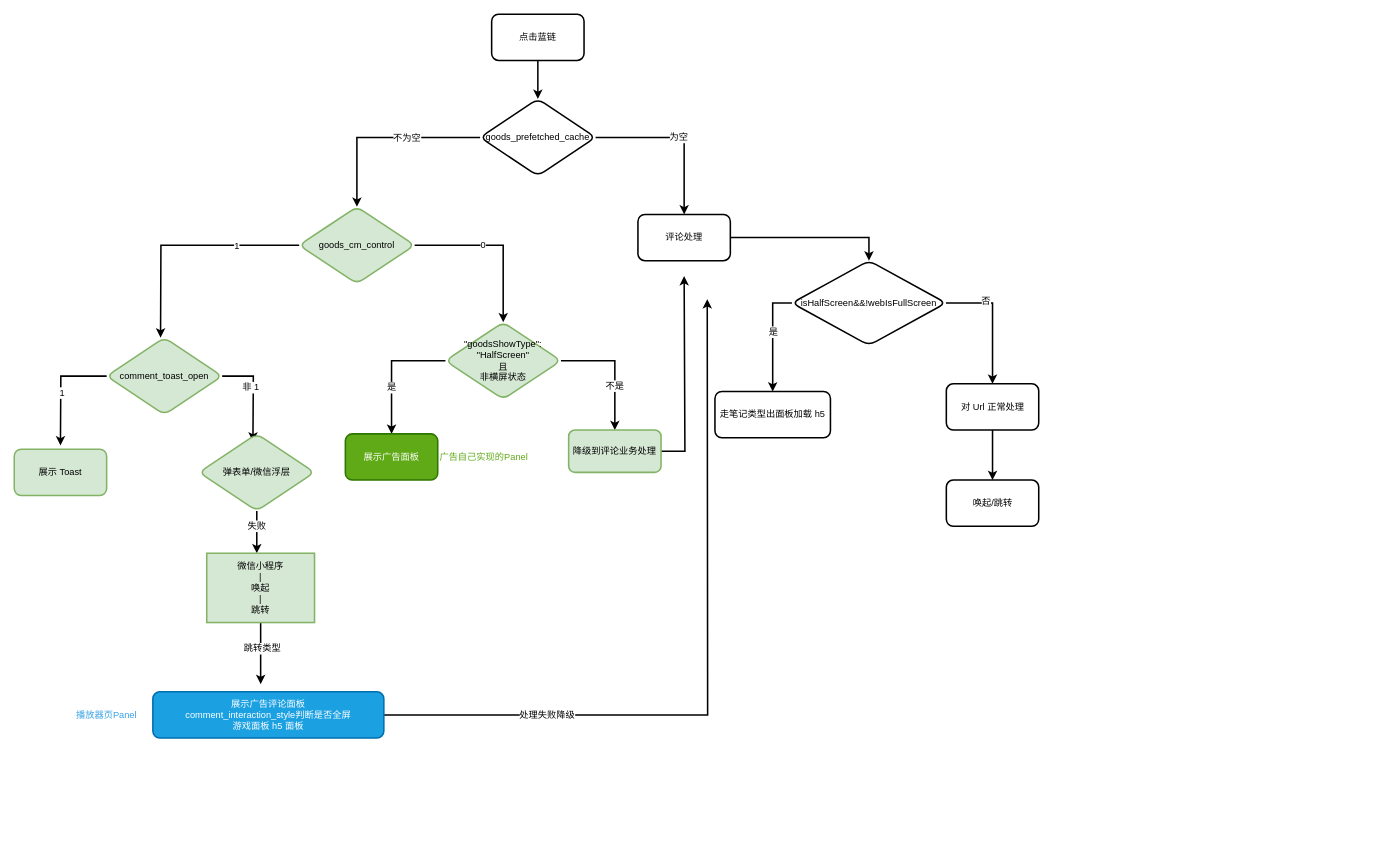
The draw.io diagram 未命名绘图.drawio in windherd/draw.io, before the edit. Source tidied: cells renumbered, new cells numbered last; positions are measured from the earlier drawing's top-left corner, leaving out a move shared by most shapes. Both pictures are drawn from the tidied source at 77%, with x=0, y=0 at pixel (14, 14).
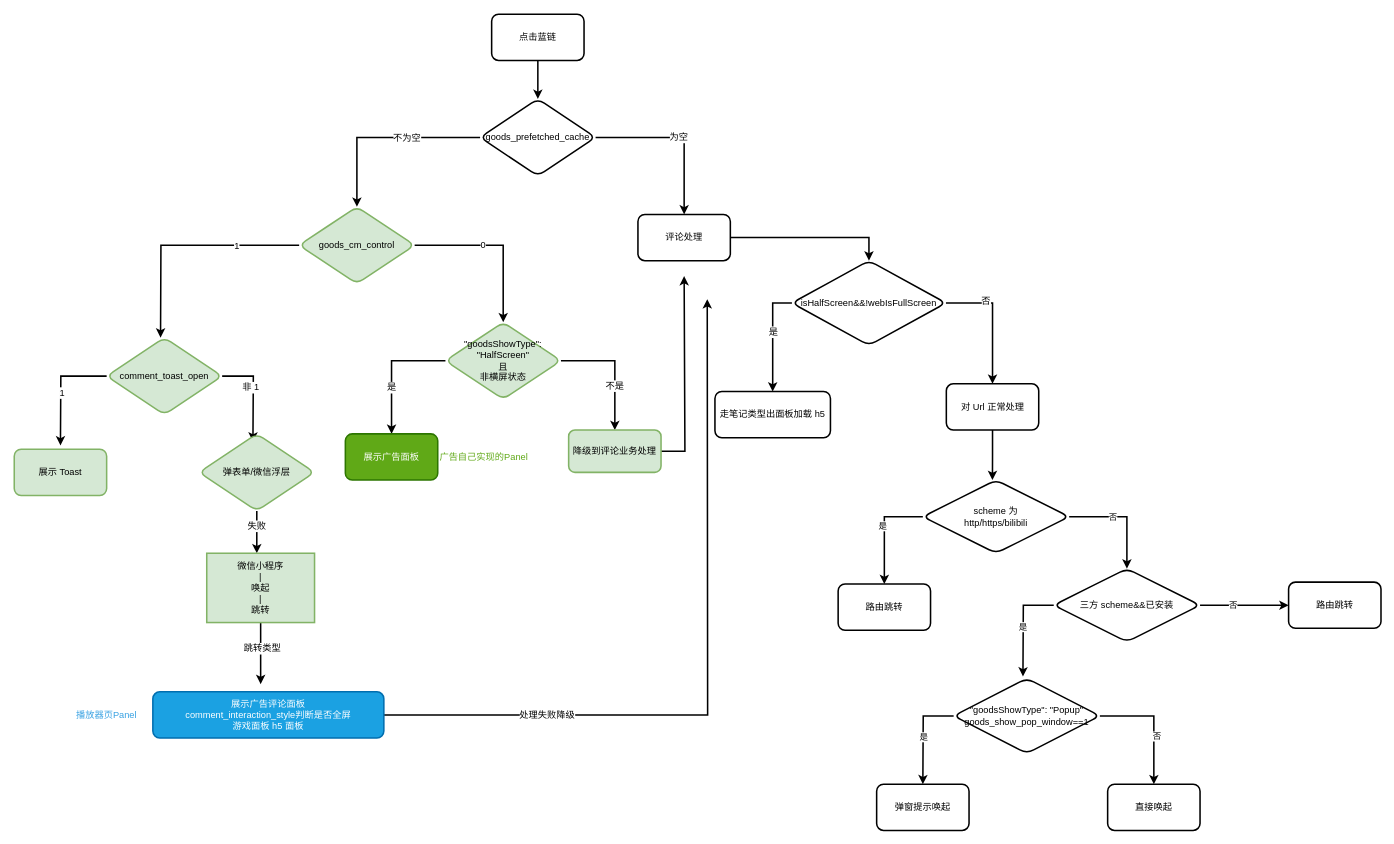
After the change.

Commit message:
更新未命名绘图.drawio

The change refers to these unchanged cells:
```xml
<mxCell id="47" value="对 Url 正常处理" style="whiteSpace=wrap;html=1;rounded=1;strokeWidth=2;" parent="1" vertex="1">
  <mxGeometry x="1210.5" y="480" width="120" height="60" as="geometry" />
</mxCell>
```

Change to the diagram source:
```diff
@@
-    <mxCell id="46" style="edgeStyle=orthogonalEdgeStyle;shape=connector;rounded=0;jettySize=auto;html=1;labelBackgroundColor=default;strokeColor=default;strokeWidth=2;fontFamily=Helvetica;fontSize=12;fontColor=default;endArrow=classic;" parent="1" edge="1" source="47" target="48">
-      <mxGeometry relative="1" as="geometry" />
+    <mxCell id="46" style="edgeStyle=orthogonalEdgeStyle;shape=connector;rounded=0;jettySize=auto;html=1;labelBackgroundColor=default;strokeColor=default;strokeWidth=2;fontFamily=Helvetica;fontSize=12;fontColor=default;endArrow=classic;" parent="1" edge="1" source="47">
+      <mxGeometry relative="1" as="geometry">
+        <mxPoint x="1270.4" y="605" as="targetPoint" />
+      </mxGeometry>
     </mxCell>
@@
-    <mxCell id="48" value="唤起/跳转" style="whiteSpace=wrap;html=1;rounded=1;strokeWidth=2;" parent="1" vertex="1">
-      <mxGeometry x="1210.5" y="605" width="120" height="60" as="geometry" />
-    </mxCell>
+    <mxCell id="49" style="edgeStyle=orthogonalEdgeStyle;rounded=0;jettySize=auto;html=1;entryX=0.5;entryY=0;entryDx=0;entryDy=0;exitX=0;exitY=0.5;exitDx=0;exitDy=0;strokeWidth=2;" parent="1" edge="1" source="53" target="54">
+      <mxGeometry relative="1" as="geometry" />
+    </mxCell>
+    <mxCell id="50" value="是" style="edgeLabel;html=1;align=center;verticalAlign=middle;fontSize=11;fontFamily=Helvetica;fontColor=default;" parent="49" vertex="1">
+      <mxGeometry x="-0.11" y="-3" relative="1" as="geometry">
+        <mxPoint y="1" as="offset" />
+      </mxGeometry>
+    </mxCell>
+    <mxCell id="51" style="edgeStyle=orthogonalEdgeStyle;shape=connector;rounded=0;jettySize=auto;html=1;exitX=1;exitY=0.5;exitDx=0;exitDy=0;entryX=0.5;entryY=0;entryDx=0;entryDy=0;labelBackgroundColor=default;strokeColor=default;strokeWidth=2;fontFamily=Helvetica;fontSize=11;fontColor=default;endArrow=classic;" parent="1" edge="1" source="53" target="59">
+      <mxGeometry relative="1" as="geometry" />
+    </mxCell>
+    <mxCell id="52" value="否" style="edgeLabel;html=1;align=center;verticalAlign=middle;fontSize=11;fontFamily=Helvetica;fontColor=default;" parent="51" vertex="1">
+      <mxGeometry x="-0.21" y="1" relative="1" as="geometry">
+        <mxPoint y="1" as="offset" />
+      </mxGeometry>
+    </mxCell>
+    <mxCell id="53" value="scheme 为&lt;br&gt;http/https/bilibili" style="rhombus;whiteSpace=wrap;html=1;rounded=1;strokeWidth=2;fontFamily=Helvetica;fontSize=12;" parent="1" vertex="1">
+      <mxGeometry x="1180" y="605" width="190" height="95" as="geometry" />
+    </mxCell>
+    <mxCell id="54" value="路由跳转" style="whiteSpace=wrap;html=1;rounded=1;strokeWidth=2;" parent="1" vertex="1">
+      <mxGeometry x="1070" y="740" width="120" height="60" as="geometry" />
+    </mxCell>
+    <mxCell id="55" style="edgeStyle=orthogonalEdgeStyle;shape=connector;rounded=0;jettySize=auto;html=1;labelBackgroundColor=default;strokeColor=default;strokeWidth=2;fontFamily=Helvetica;fontSize=11;fontColor=default;endArrow=classic;exitX=0;exitY=0.5;exitDx=0;exitDy=0;" parent="1" edge="1" source="59">
+      <mxGeometry relative="1" as="geometry">
+        <mxPoint x="1310" y="860" as="targetPoint" />
+      </mxGeometry>
+    </mxCell>
+    <mxCell id="56" value="是" style="edgeLabel;html=1;align=center;verticalAlign=middle;fontSize=11;fontFamily=Helvetica;fontColor=default;" parent="55" vertex="1">
+      <mxGeometry x="0.03" y="-1" relative="1" as="geometry" />
+    </mxCell>
+    <mxCell id="57" style="edgeStyle=orthogonalEdgeStyle;shape=connector;rounded=0;jettySize=auto;html=1;labelBackgroundColor=default;strokeColor=default;strokeWidth=2;fontFamily=Helvetica;fontSize=11;fontColor=default;endArrow=classic;" parent="1" edge="1" source="59" target="60">
+      <mxGeometry relative="1" as="geometry" />
+    </mxCell>
+    <mxCell id="58" value="否" style="edgeLabel;html=1;align=center;verticalAlign=middle;fontSize=11;fontFamily=Helvetica;fontColor=default;" parent="57" vertex="1">
+      <mxGeometry x="-0.27" y="2" relative="1" as="geometry">
+        <mxPoint y="1" as="offset" />
+      </mxGeometry>
+    </mxCell>
+    <mxCell id="59" value="三方 scheme&amp;amp;&amp;amp;已安装" style="rhombus;whiteSpace=wrap;html=1;rounded=1;strokeWidth=2;fontFamily=Helvetica;fontSize=12;" parent="1" vertex="1">
+      <mxGeometry x="1350" y="720" width="190" height="95" as="geometry" />
+    </mxCell>
+    <mxCell id="60" value="路由跳转" style="whiteSpace=wrap;html=1;rounded=1;strokeWidth=2;" parent="1" vertex="1">
+      <mxGeometry x="1655" y="737.5" width="120" height="60" as="geometry" />
+    </mxCell>
+    <mxCell id="61" style="edgeStyle=orthogonalEdgeStyle;shape=connector;rounded=0;jettySize=auto;html=1;labelBackgroundColor=default;strokeColor=default;strokeWidth=2;fontFamily=Helvetica;fontSize=11;fontColor=default;endArrow=classic;exitX=0;exitY=0.5;exitDx=0;exitDy=0;" parent="1" edge="1" source="65">
+      <mxGeometry relative="1" as="geometry">
+        <mxPoint x="1180" y="1000" as="targetPoint" />
+      </mxGeometry>
+    </mxCell>
+    <mxCell id="62" value="是" style="edgeLabel;html=1;align=center;verticalAlign=middle;fontSize=11;fontFamily=Helvetica;fontColor=default;" parent="61" vertex="1">
+      <mxGeometry x="0.04" relative="1" as="geometry" />
+    </mxCell>
+    <mxCell id="63" style="edgeStyle=orthogonalEdgeStyle;shape=connector;rounded=0;jettySize=auto;html=1;labelBackgroundColor=default;strokeColor=default;strokeWidth=2;fontFamily=Helvetica;fontSize=11;fontColor=default;endArrow=classic;" parent="1" edge="1" source="65" target="66">
+      <mxGeometry relative="1" as="geometry" />
+    </mxCell>
+    <mxCell id="64" value="否" style="edgeLabel;html=1;align=center;verticalAlign=middle;fontSize=11;fontFamily=Helvetica;fontColor=default;" parent="63" vertex="1">
+      <mxGeometry x="0.21" y="3" relative="1" as="geometry" />
+    </mxCell>
+    <mxCell id="65" value="&quot;goodsShowType&quot;: &quot;Popup&quot;&lt;br&gt;goods_show_pop_window==1" style="rhombus;whiteSpace=wrap;html=1;rounded=1;strokeWidth=2;fontFamily=Helvetica;fontSize=12;" parent="1" vertex="1">
+      <mxGeometry x="1220" y="862.5" width="190" height="97.5" as="geometry" />
+    </mxCell>
+    <mxCell id="66" value="直接唤起" style="whiteSpace=wrap;html=1;rounded=1;strokeWidth=2;" parent="1" vertex="1">
+      <mxGeometry x="1420" y="1000" width="120" height="60" as="geometry" />
+    </mxCell>
+    <mxCell id="67" value="弹窗提示唤起" style="whiteSpace=wrap;html=1;rounded=1;strokeWidth=2;" parent="1" vertex="1">
+      <mxGeometry x="1120" y="1000" width="120" height="60" as="geometry" />
+    </mxCell>
```
